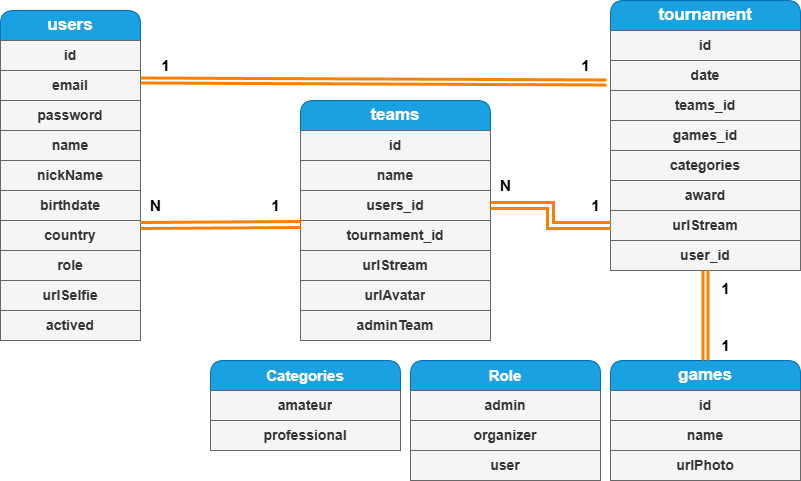
This is Diagrama Entidad Relaciones Game Stream Tournament.drawio.png from FabricioIrazoqui/DiagramaEntidad-GameStreamTorunament, a draw.io export, as it was before one commit. Source tidied: cells renumbered, new cells last; positions are measured from the earlier drawing's top-left corner, leaving out a move shared by most shapes.
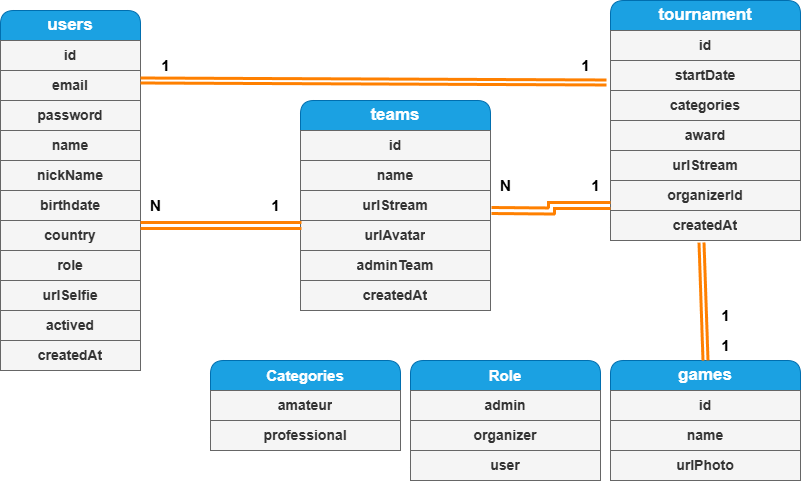
After the commit.

What changed in the source:
```diff
@@ -3,7 +3,7 @@
     <mxCell id="0" />
     <mxCell id="1" parent="0" />
     <mxCell id="2" value="&lt;b&gt;&lt;font style=&quot;font-size: 17px;&quot;&gt;users&lt;/font&gt;&lt;/b&gt;" style="swimlane;fontStyle=0;horizontal=1;startSize=30;whiteSpace=wrap;html=1;glass=0;rounded=1;shadow=0;swimlaneLine=1;fillColor=#1ba1e2;strokeColor=#006EAF;fontColor=#ffffff;" parent="1" vertex="1">
-      <mxGeometry y="10" width="140" height="330" as="geometry" />
+      <mxGeometry y="10" width="140" height="360" as="geometry" />
     </mxCell>
     <mxCell id="3" value="id" style="text;strokeColor=#666666;fillColor=#f5f5f5;align=center;verticalAlign=middle;spacingLeft=4;spacingRight=4;overflow=hidden;whiteSpace=wrap;html=1;fontColor=#333333;fontStyle=1;fontSize=14;" parent="2" vertex="1">
       <mxGeometry y="30" width="140" height="30" as="geometry" />
@@ -35,35 +35,35 @@
     <mxCell id="12" value="actived" style="text;strokeColor=#666666;fillColor=#f5f5f5;align=center;verticalAlign=middle;spacingLeft=4;spacingRight=4;overflow=hidden;whiteSpace=wrap;html=1;fontColor=#333333;fontStyle=1;fontSize=14;" parent="2" vertex="1">
       <mxGeometry y="300" width="140" height="30" as="geometry" />
     </mxCell>
+    <mxCell id="53" value="createdAt" style="text;strokeColor=#666666;fillColor=#f5f5f5;align=center;verticalAlign=middle;spacingLeft=4;spacingRight=4;overflow=hidden;whiteSpace=wrap;html=1;fontColor=#333333;fontStyle=1;fontSize=14;" parent="2" vertex="1">
+      <mxGeometry y="330" width="140" height="30" as="geometry" />
+    </mxCell>
     <mxCell id="13" value="&lt;span style=&quot;font-size: 17px;&quot;&gt;&lt;b&gt;tournament&lt;/b&gt;&lt;/span&gt;" style="swimlane;fontStyle=0;horizontal=1;startSize=30;whiteSpace=wrap;html=1;glass=0;rounded=1;shadow=0;swimlaneLine=1;fillColor=#1ba1e2;strokeColor=#006EAF;fontColor=#ffffff;" parent="1" vertex="1">
-      <mxGeometry x="610" width="190" height="270" as="geometry" />
+      <mxGeometry x="610" width="190" height="240" as="geometry" />
     </mxCell>
     <mxCell id="14" value="id" style="text;strokeColor=#666666;fillColor=#f5f5f5;align=center;verticalAlign=middle;spacingLeft=4;spacingRight=4;overflow=hidden;whiteSpace=wrap;html=1;fontColor=#333333;fontStyle=1;fontSize=14;" parent="13" vertex="1">
       <mxGeometry y="30" width="190" height="30" as="geometry" />
     </mxCell>
-    <mxCell id="15" value="date" style="text;strokeColor=#666666;fillColor=#f5f5f5;align=center;verticalAlign=middle;spacingLeft=4;spacingRight=4;overflow=hidden;points=[[0,0.5],[1,0.5]];portConstraint=eastwest;whiteSpace=wrap;html=1;fontColor=#333333;fontStyle=1;fontSize=14;" parent="13" vertex="1">
+    <mxCell id="15" value="startDate" style="text;strokeColor=#666666;fillColor=#f5f5f5;align=center;verticalAlign=middle;spacingLeft=4;spacingRight=4;overflow=hidden;points=[[0,0.5],[1,0.5]];portConstraint=eastwest;whiteSpace=wrap;html=1;fontColor=#333333;fontStyle=1;fontSize=14;" parent="13" vertex="1">
       <mxGeometry y="60" width="190" height="30" as="geometry" />
     </mxCell>
-    <mxCell id="16" value="teams_id" style="text;strokeColor=#666666;fillColor=#f5f5f5;align=center;verticalAlign=middle;spacingLeft=4;spacingRight=4;overflow=hidden;whiteSpace=wrap;html=1;fontColor=#333333;fontStyle=1;fontSize=14;" parent="13" vertex="1">
-      <mxGeometry y="90" width="190" height="30" as="geometry" />
-    </mxCell>
-    <mxCell id="17" value="games_id" style="text;strokeColor=#666666;fillColor=#f5f5f5;align=center;verticalAlign=middle;spacingLeft=4;spacingRight=4;overflow=hidden;whiteSpace=wrap;html=1;fontColor=#333333;fontStyle=1;fontSize=14;" parent="13" vertex="1">
-      <mxGeometry y="120" width="190" height="30" as="geometry" />
-    </mxCell>
     <mxCell id="18" value="categories" style="text;strokeColor=#666666;fillColor=#f5f5f5;align=center;verticalAlign=middle;spacingLeft=4;spacingRight=4;overflow=hidden;whiteSpace=wrap;html=1;fontColor=#333333;fontStyle=1;fontSize=14;" parent="13" vertex="1">
-      <mxGeometry y="150" width="190" height="30" as="geometry" />
+      <mxGeometry y="90" width="190" height="30" as="geometry" />
     </mxCell>
     <mxCell id="19" value="award" style="text;strokeColor=#666666;fillColor=#f5f5f5;align=center;verticalAlign=middle;spacingLeft=4;spacingRight=4;overflow=hidden;whiteSpace=wrap;html=1;fontColor=#333333;fontStyle=1;fontSize=14;" parent="13" vertex="1">
-      <mxGeometry y="180" width="190" height="30" as="geometry" />
+      <mxGeometry y="120" width="190" height="30" as="geometry" />
     </mxCell>
     <mxCell id="20" value="urlStream" style="text;strokeColor=#666666;fillColor=#f5f5f5;align=center;verticalAlign=middle;spacingLeft=4;spacingRight=4;overflow=hidden;points=[[0,0.5],[1,0.5]];portConstraint=eastwest;whiteSpace=wrap;html=1;fontColor=#333333;fontStyle=1;fontSize=14;" parent="13" vertex="1">
-      <mxGeometry y="210" width="190" height="30" as="geometry" />
+      <mxGeometry y="150" width="190" height="30" as="geometry" />
     </mxCell>
-    <mxCell id="21" value="user_id" style="text;strokeColor=#666666;fillColor=#f5f5f5;align=center;verticalAlign=middle;spacingLeft=4;spacingRight=4;overflow=hidden;points=[[0,0.5],[1,0.5]];portConstraint=eastwest;whiteSpace=wrap;html=1;fontColor=#333333;fontStyle=1;fontSize=14;" parent="13" vertex="1">
-      <mxGeometry y="240" width="190" height="30" as="geometry" />
+    <mxCell id="21" value="organizerId" style="text;strokeColor=#666666;fillColor=#f5f5f5;align=center;verticalAlign=middle;spacingLeft=4;spacingRight=4;overflow=hidden;points=[[0,0.5],[1,0.5]];portConstraint=eastwest;whiteSpace=wrap;html=1;fontColor=#333333;fontStyle=1;fontSize=14;" parent="13" vertex="1">
+      <mxGeometry y="180" width="190" height="30" as="geometry" />
     </mxCell>
+    <mxCell id="54" value="createdAt" style="text;strokeColor=#666666;fillColor=#f5f5f5;align=center;verticalAlign=middle;spacingLeft=4;spacingRight=4;overflow=hidden;points=[[0,0.5],[1,0.5]];portConstraint=eastwest;whiteSpace=wrap;html=1;fontColor=#333333;fontStyle=1;fontSize=14;" parent="13" vertex="1">
+      <mxGeometry y="210" width="190" height="30" as="geometry" />
+    </mxCell>
     <mxCell id="22" value="&lt;span style=&quot;font-size: 17px;&quot;&gt;&lt;b&gt;teams&lt;/b&gt;&lt;/span&gt;" style="swimlane;fontStyle=0;horizontal=1;startSize=30;whiteSpace=wrap;html=1;glass=0;rounded=1;shadow=0;swimlaneLine=1;fillColor=#1ba1e2;strokeColor=#006EAF;fontColor=#ffffff;" parent="1" vertex="1">
-      <mxGeometry x="300" y="100" width="190" height="240" as="geometry" />
+      <mxGeometry x="300" y="100" width="190" height="210" as="geometry" />
     </mxCell>
     <mxCell id="23" value="id" style="text;strokeColor=#666666;fillColor=#f5f5f5;align=center;verticalAlign=middle;spacingLeft=4;spacingRight=4;overflow=hidden;whiteSpace=wrap;html=1;fontColor=#333333;fontStyle=1;fontSize=14;" parent="22" vertex="1">
       <mxGeometry y="30" width="190" height="30" as="geometry" />
@@ -71,21 +71,18 @@
     <mxCell id="24" value="name" style="text;strokeColor=#666666;fillColor=#f5f5f5;align=center;verticalAlign=middle;spacingLeft=4;spacingRight=4;overflow=hidden;whiteSpace=wrap;html=1;fontColor=#333333;fontStyle=1;fontSize=14;" parent="22" vertex="1">
       <mxGeometry y="60" width="190" height="30" as="geometry" />
     </mxCell>
-    <mxCell id="25" value="users_id" style="text;strokeColor=#666666;fillColor=#f5f5f5;align=center;verticalAlign=middle;spacingLeft=4;spacingRight=4;overflow=hidden;points=[[0,0.5],[1,0.5]];portConstraint=eastwest;whiteSpace=wrap;html=1;fontColor=#333333;fontStyle=1;fontSize=14;" parent="22" vertex="1">
-      <mxGeometry y="90" width="190" height="30" as="geometry" />
-    </mxCell>
-    <mxCell id="26" value="tournament_id" style="text;strokeColor=#666666;fillColor=#f5f5f5;align=center;verticalAlign=middle;spacingLeft=4;spacingRight=4;overflow=hidden;points=[[0,0.5],[1,0.5]];portConstraint=eastwest;whiteSpace=wrap;html=1;fontColor=#333333;fontStyle=1;fontSize=14;" parent="22" vertex="1">
-      <mxGeometry y="120" width="190" height="30" as="geometry" />
-    </mxCell>
     <mxCell id="27" value="urlStream" style="text;strokeColor=#666666;fillColor=#f5f5f5;align=center;verticalAlign=middle;spacingLeft=4;spacingRight=4;overflow=hidden;points=[[0,0.5],[1,0.5]];portConstraint=eastwest;whiteSpace=wrap;html=1;fontColor=#333333;fontStyle=1;fontSize=14;" parent="22" vertex="1">
-      <mxGeometry y="150" width="190" height="30" as="geometry" />
+      <mxGeometry y="90" width="190" height="30" as="geometry" />
     </mxCell>
     <mxCell id="28" value="urlAvatar" style="text;strokeColor=#666666;fillColor=#f5f5f5;align=center;verticalAlign=middle;spacingLeft=4;spacingRight=4;overflow=hidden;whiteSpace=wrap;html=1;fontColor=#333333;fontStyle=1;fontSize=14;" parent="22" vertex="1">
-      <mxGeometry y="180" width="190" height="30" as="geometry" />
+      <mxGeometry y="120" width="190" height="30" as="geometry" />
     </mxCell>
     <mxCell id="29" value="adminTeam" style="text;strokeColor=#666666;fillColor=#f5f5f5;align=center;verticalAlign=middle;spacingLeft=4;spacingRight=4;overflow=hidden;whiteSpace=wrap;html=1;fontColor=#333333;fontStyle=1;fontSize=14;" parent="22" vertex="1">
-      <mxGeometry y="210" width="190" height="30" as="geometry" />
+      <mxGeometry y="150" width="190" height="30" as="geometry" />
     </mxCell>
+    <mxCell id="55" value="createdAt" style="text;strokeColor=#666666;fillColor=#f5f5f5;align=center;verticalAlign=middle;spacingLeft=4;spacingRight=4;overflow=hidden;whiteSpace=wrap;html=1;fontColor=#333333;fontStyle=1;fontSize=14;" parent="22" vertex="1">
+      <mxGeometry y="180" width="190" height="30" as="geometry" />
+    </mxCell>
     <mxCell id="30" value="&lt;span style=&quot;font-size: 17px;&quot;&gt;&lt;b&gt;games&lt;/b&gt;&lt;/span&gt;" style="swimlane;fontStyle=0;horizontal=1;startSize=30;whiteSpace=wrap;html=1;glass=0;rounded=1;shadow=0;swimlaneLine=1;fillColor=#1ba1e2;strokeColor=#006EAF;fontColor=#ffffff;" parent="1" vertex="1">
       <mxGeometry x="610" y="360" width="190" height="120" as="geometry" />
     </mxCell>
@@ -109,19 +106,21 @@
     <mxCell id="36" value="&lt;font style=&quot;font-size: 15px;&quot;&gt;&lt;b&gt;1&lt;/b&gt;&lt;/font&gt;" style="text;html=1;align=center;verticalAlign=middle;strokeColor=none;fillColor=none;" parent="1" vertex="1">
       <mxGeometry x="710" y="330" width="30" height="30" as="geometry" />
     </mxCell>
-    <mxCell id="37" style="rounded=0;jettySize=auto;html=1;strokeColor=#FF8000;entryX=0.5;entryY=0;entryDx=0;entryDy=0;strokeWidth=3;shape=link;width=3;exitX=0.5;exitY=1;exitDx=0;exitDy=0;exitPerimeter=0;" parent="1" edge="1" source="21" target="30">
+    <mxCell id="37" style="rounded=0;jettySize=auto;html=1;strokeColor=#FF8000;entryX=0.5;entryY=0;entryDx=0;entryDy=0;strokeWidth=3;shape=link;width=3;exitX=0.479;exitY=1.067;exitDx=0;exitDy=0;exitPerimeter=0;" parent="1" edge="1" source="54" target="30">
       <mxGeometry relative="1" as="geometry" />
     </mxCell>
     <mxCell id="38" value="&lt;font style=&quot;font-size: 15px;&quot;&gt;&lt;b&gt;1&lt;/b&gt;&lt;/font&gt;" style="text;html=1;align=center;verticalAlign=middle;strokeColor=none;fillColor=none;" parent="1" vertex="1">
-      <mxGeometry x="710" y="273" width="30" height="30" as="geometry" />
+      <mxGeometry x="710" y="300" width="30" height="30" as="geometry" />
     </mxCell>
-    <mxCell id="39" style="edgeStyle=none;shape=link;rounded=0;jettySize=auto;html=1;exitX=0;exitY=0.133;exitDx=0;exitDy=0;entryX=1;entryY=0.167;entryDx=0;entryDy=0;entryPerimeter=0;strokeColor=#FF8000;strokeWidth=3;exitPerimeter=0;" parent="1" edge="1" source="26">
+    <mxCell id="39" style="edgeStyle=none;shape=link;rounded=0;jettySize=auto;html=1;exitX=0.005;exitY=1.167;exitDx=0;exitDy=0;entryX=1;entryY=0.167;entryDx=0;entryDy=0;entryPerimeter=0;strokeColor=#FF8000;strokeWidth=3;exitPerimeter=0;" parent="1" edge="1" source="27">
       <mxGeometry relative="1" as="geometry">
         <mxPoint x="140" y="225" as="targetPoint" />
       </mxGeometry>
     </mxCell>
-    <mxCell id="40" style="edgeStyle=orthogonalEdgeStyle;shape=link;rounded=0;jettySize=auto;html=1;exitX=1;exitY=0.5;exitDx=0;exitDy=0;entryX=0;entryY=0.5;entryDx=0;entryDy=0;strokeColor=#FF8000;strokeWidth=3;" parent="1" edge="1" source="25" target="20">
-      <mxGeometry relative="1" as="geometry" />
+    <mxCell id="40" style="edgeStyle=orthogonalEdgeStyle;shape=link;rounded=0;jettySize=auto;html=1;strokeColor=#FF8000;strokeWidth=3;entryX=0;entryY=-0.167;entryDx=0;entryDy=0;entryPerimeter=0;" parent="1" edge="1" target="54">
+      <mxGeometry relative="1" as="geometry">
+        <mxPoint x="491" y="210" as="sourcePoint" />
+      </mxGeometry>
     </mxCell>
     <mxCell id="41" value="&lt;b style=&quot;font-size: 15px;&quot;&gt;N&lt;/b&gt;" style="text;html=1;align=center;verticalAlign=middle;strokeColor=none;fillColor=none;" parent="1" vertex="1">
       <mxGeometry x="490" y="170" width="30" height="30" as="geometry" />
@@ -136,7 +135,7 @@
       <mxGeometry x="260" y="190" width="30" height="30" as="geometry" />
     </mxCell>
     <mxCell id="45" value="&lt;font style=&quot;font-size: 15px;&quot;&gt;&lt;b&gt;1&lt;/b&gt;&lt;/font&gt;" style="text;html=1;align=center;verticalAlign=middle;strokeColor=none;fillColor=none;" parent="1" vertex="1">
-      <mxGeometry x="580" y="190" width="30" height="30" as="geometry" />
+      <mxGeometry x="580" y="170" width="30" height="30" as="geometry" />
     </mxCell>
     <mxCell id="46" value="&lt;font style=&quot;font-size: 15px;&quot;&gt;&lt;b&gt;Role&lt;/b&gt;&lt;/font&gt;" style="swimlane;fontStyle=0;horizontal=1;startSize=30;whiteSpace=wrap;html=1;glass=0;rounded=1;shadow=0;swimlaneLine=1;fillColor=#1ba1e2;strokeColor=#006EAF;fontColor=#ffffff;" parent="1" vertex="1">
       <mxGeometry x="410" y="360" width="190" height="120" as="geometry" />
```
